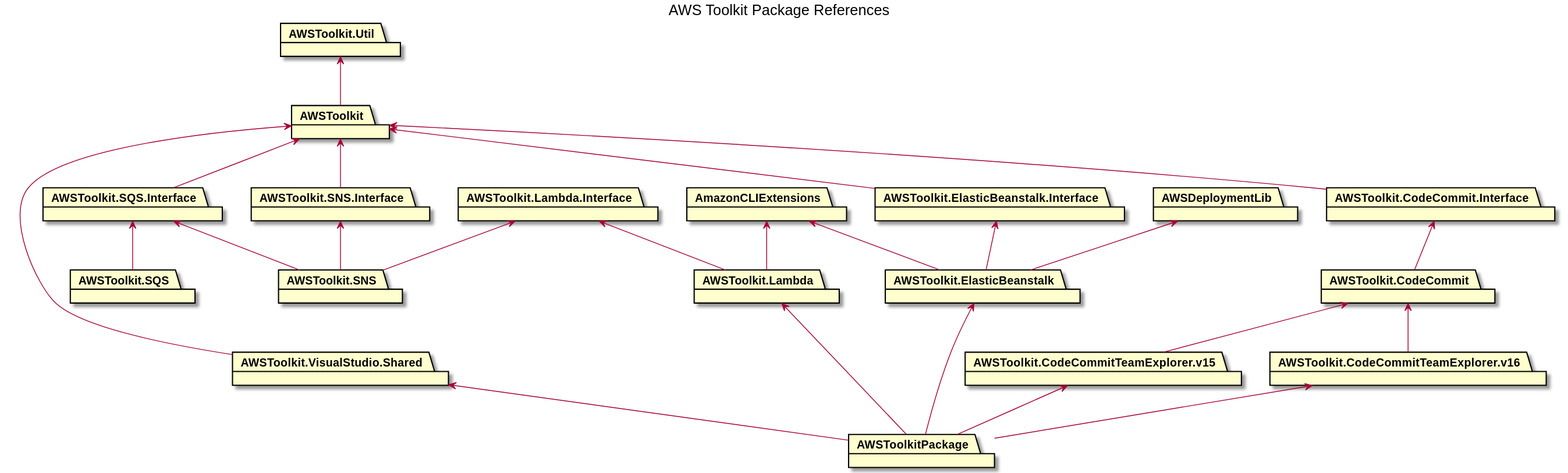
zixlin7/aws-toolkit-visual-studio keeps this PlantUML diagram as designs/toolkit-architecture/package-references.svg. Above is the earlier version. Its diagram source:
```plantuml
@startuml

title AWS Toolkit Package References

package AWSToolkitPackage
package AWSToolkit.VisualStudio.Shared
package AWSToolkit
package AWSToolkit.Util
package AWSToolkit.SQS
package AWSToolkit.SQS.Interface
package AWSToolkit.SNS
package AWSToolkit.SNS.Interface
package AWSToolkit.Lambda
package AWSToolkit.Lambda.Interface
package AWSToolkit.CodeCommitTeamExplorer.v15
package AWSToolkit.CodeCommitTeamExplorer.v16
package AWSToolkit.CodeCommit
package AWSToolkit.CodeCommit.Interface
package AWSToolkit.ElasticBeanstalk
package AWSToolkit.ElasticBeanstalk.Interface
package AmazonCLIExtensions
package AWSDeploymentLib

AWSToolkitPackage -up-> AWSToolkit.VisualStudio.Shared
AWSToolkit.VisualStudio.Shared -up-> AWSToolkit

AWSToolkitPackage -up-> AWSToolkit.Lambda
AWSToolkit.Lambda -up-> AWSToolkit.Lambda.Interface
AWSToolkit.Lambda -up-> AmazonCLIExtensions

AWSToolkitPackage -up-> AWSToolkit.ElasticBeanstalk
AWSToolkit.ElasticBeanstalk -up-> AWSToolkit.ElasticBeanstalk.Interface
AWSToolkit.ElasticBeanstalk -up-> AWSDeploymentLib
AWSToolkit.ElasticBeanstalk -up-> AmazonCLIExtensions
AWSToolkit.ElasticBeanstalk.Interface -up-> AWSToolkit

AWSToolkitPackage -up-> AWSToolkit.CodeCommitTeamExplorer.v15
AWSToolkitPackage -up-> AWSToolkit.CodeCommitTeamExplorer.v16
AWSToolkit.CodeCommitTeamExplorer.v15 -up-> AWSToolkit.CodeCommit
AWSToolkit.CodeCommitTeamExplorer.v16 -up-> AWSToolkit.CodeCommit
AWSToolkit.CodeCommit -up-> AWSToolkit.CodeCommit.Interface
AWSToolkit.CodeCommit.Interface -up-> AWSToolkit

AWSToolkit.SQS -up-> AWSToolkit.SQS.Interface
AWSToolkit.SQS.Interface -up-> AWSToolkit

AWSToolkit.SNS -up-> AWSToolkit.SNS.Interface
AWSToolkit.SNS -up-> AWSToolkit.SQS.Interface
AWSToolkit.SNS -up-> AWSToolkit.Lambda.Interface
AWSToolkit.SNS.Interface -up-> AWSToolkit

AWSToolkit -up-> AWSToolkit.Util

@enduml
```
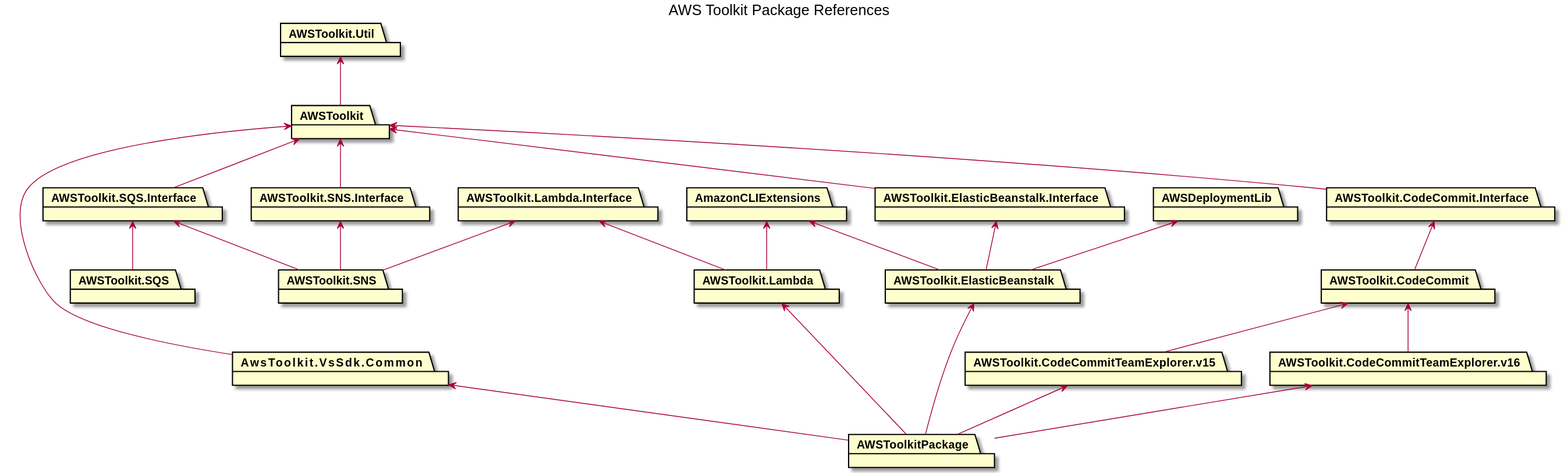
The same file after the commit.

Diff of the diagram source:
```diff
@@ -3,7 +3,7 @@
 title AWS Toolkit Package References
 
 package AWSToolkitPackage
-package AWSToolkit.VisualStudio.Shared
+package AwsToolkit.VsSdk.Common
 package AWSToolkit
 package AWSToolkit.Util
 package AWSToolkit.SQS
@@ -21,8 +21,8 @@
 package AmazonCLIExtensions
 package AWSDeploymentLib
 
-AWSToolkitPackage -up-> AWSToolkit.VisualStudio.Shared
-AWSToolkit.VisualStudio.Shared -up-> AWSToolkit
+AWSToolkitPackage -up-> AwsToolkit.VsSdk.Common
+AwsToolkit.VsSdk.Common -up-> AWSToolkit
 
 AWSToolkitPackage -up-> AWSToolkit.Lambda
 AWSToolkit.Lambda -up-> AWSToolkit.Lambda.Interface
```
